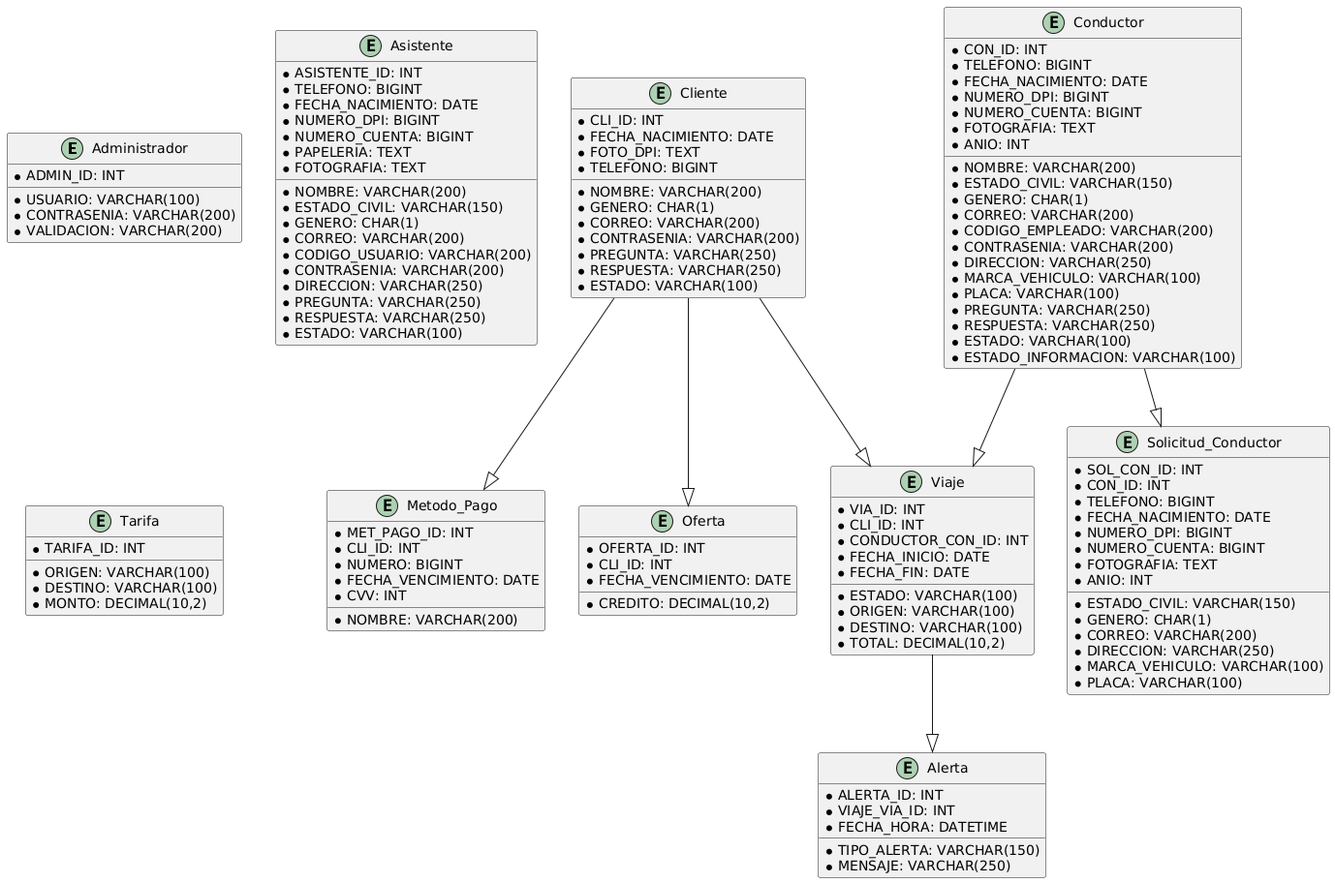
Before: documentacion/diagramas/base_de_datos/modelo_conceptual.png, a diagram exported from PlantUML (2730538920101/AYD2_PROYECTO_G2).
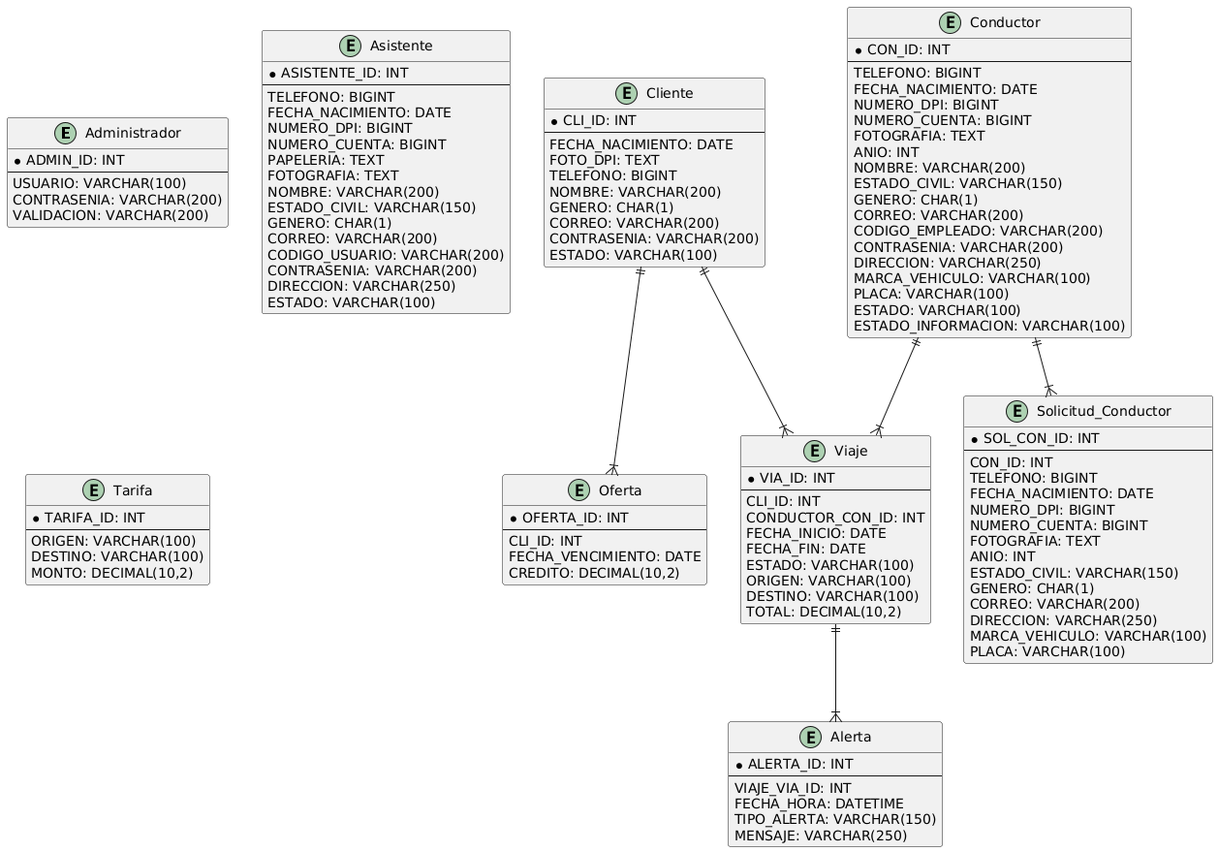
After the commit.

Diff of the diagram source:
```diff
@@ -1,132 +1,125 @@
 @startuml
-entity "Administrador" as Administrador {
+entity Administrador {
   * ADMIN_ID: INT
-  * USUARIO: VARCHAR(100)
-  * CONTRASENIA: VARCHAR(200)
-  * VALIDACION: VARCHAR(200)
+  --
+  USUARIO: VARCHAR(100)
+  CONTRASENIA: VARCHAR(200)
+  VALIDACION: VARCHAR(200)
 }
 
-entity "Asistente" as Asistente {
+entity Asistente {
   * ASISTENTE_ID: INT
-  * NOMBRE: VARCHAR(200)
-  * TELEFONO: BIGINT
-  * ESTADO_CIVIL: VARCHAR(150)
-  * GENERO: CHAR(1)
-  * CORREO: VARCHAR(200)
-  * CODIGO_USUARIO: VARCHAR(200)
-  * CONTRASENIA: VARCHAR(200)
-  * FECHA_NACIMIENTO: DATE
-  * DIRECCION: VARCHAR(250)
-  * NUMERO_DPI: BIGINT
-  * NUMERO_CUENTA: BIGINT
-  * PAPELERIA: TEXT
-  * FOTOGRAFIA: TEXT
-  * PREGUNTA: VARCHAR(250)
-  * RESPUESTA: VARCHAR(250)
-  * ESTADO: VARCHAR(100)
+  --
+  TELEFONO: BIGINT
+  FECHA_NACIMIENTO: DATE
+  NUMERO_DPI: BIGINT
+  NUMERO_CUENTA: BIGINT
+  PAPELERIA: TEXT
+  FOTOGRAFIA: TEXT
+  NOMBRE: VARCHAR(200)
+  ESTADO_CIVIL: VARCHAR(150)
+  GENERO: CHAR(1)
+  CORREO: VARCHAR(200)
+  CODIGO_USUARIO: VARCHAR(200)
+  CONTRASENIA: VARCHAR(200)
+  DIRECCION: VARCHAR(250)
+  ESTADO: VARCHAR(100)
 }
 
-entity "Cliente" as Cliente {
+entity Cliente {
   * CLI_ID: INT
-  * NOMBRE: VARCHAR(200)
-  * FECHA_NACIMIENTO: DATE
-  * GENERO: CHAR(1)
-  * CORREO: VARCHAR(200)
-  * FOTO_DPI: TEXT
-  * TELEFONO: BIGINT
-  * CONTRASENIA: VARCHAR(200)
-  * PREGUNTA: VARCHAR(250)
-  * RESPUESTA: VARCHAR(250)
-  * ESTADO: VARCHAR(100)
+  --
+  FECHA_NACIMIENTO: DATE
+  FOTO_DPI: TEXT
+  TELEFONO: BIGINT
+  NOMBRE: VARCHAR(200)
+  GENERO: CHAR(1)
+  CORREO: VARCHAR(200)
+  CONTRASENIA: VARCHAR(200)
+  ESTADO: VARCHAR(100)
 }
 
-entity "Metodo_Pago" as Metodo_Pago {
-  * MET_PAGO_ID: INT
-  * CLI_ID: INT
-  * NOMBRE: VARCHAR(200)
-  * NUMERO: BIGINT
-  * FECHA_VENCIMIENTO: DATE
-  * CVV: INT
+entity Conductor {
+  * CON_ID: INT
+  --
+  TELEFONO: BIGINT
+  FECHA_NACIMIENTO: DATE
+  NUMERO_DPI: BIGINT
+  NUMERO_CUENTA: BIGINT
+  FOTOGRAFIA: TEXT
+  ANIO: INT
+  NOMBRE: VARCHAR(200)
+  ESTADO_CIVIL: VARCHAR(150)
+  GENERO: CHAR(1)
+  CORREO: VARCHAR(200)
+  CODIGO_EMPLEADO: VARCHAR(200)
+  CONTRASENIA: VARCHAR(200)
+  DIRECCION: VARCHAR(250)
+  MARCA_VEHICULO: VARCHAR(100)
+  PLACA: VARCHAR(100)
+  ESTADO: VARCHAR(100)
+  ESTADO_INFORMACION: VARCHAR(100)
 }
 
-entity "Oferta" as Oferta {
+entity Oferta {
   * OFERTA_ID: INT
-  * CLI_ID: INT
-  * FECHA_VENCIMIENTO: DATE
-  * CREDITO: DECIMAL(10,2)
+  --
+  CLI_ID: INT
+  FECHA_VENCIMIENTO: DATE
+  CREDITO: DECIMAL(10,2)
 }
 
-entity "Conductor" as Conductor {
-  * CON_ID: INT
-  * NOMBRE: VARCHAR(200)
-  * TELEFONO: BIGINT
-  * ESTADO_CIVIL: VARCHAR(150)
-  * GENERO: CHAR(1)
-  * CORREO: VARCHAR(200)
-  * CODIGO_EMPLEADO: VARCHAR(200)
-  * CONTRASENIA: VARCHAR(200)
-  * FECHA_NACIMIENTO: DATE
-  * DIRECCION: VARCHAR(250)
-  * NUMERO_DPI: BIGINT
-  * NUMERO_CUENTA: BIGINT
-  * FOTOGRAFIA: TEXT
-  * MARCA_VEHICULO: VARCHAR(100)
-  * PLACA: VARCHAR(100)
-  * ANIO: INT
-  * PREGUNTA: VARCHAR(250)
-  * RESPUESTA: VARCHAR(250)
-  * ESTADO: VARCHAR(100)
-  * ESTADO_INFORMACION: VARCHAR(100)
+entity Viaje {
+  * VIA_ID: INT
+  --
+  CLI_ID: INT
+  CONDUCTOR_CON_ID: INT
+  FECHA_INICIO: DATE
+  FECHA_FIN: DATE
+  ESTADO: VARCHAR(100)
+  ORIGEN: VARCHAR(100)
+  DESTINO: VARCHAR(100)
+  TOTAL: DECIMAL(10,2)
 }
 
-entity "Solicitud_Conductor" as Solicitud_Conductor {
-  * SOL_CON_ID: INT
-  * CON_ID: INT
-  * TELEFONO: BIGINT
-  * ESTADO_CIVIL: VARCHAR(150)
-  * GENERO: CHAR(1)
-  * CORREO: VARCHAR(200)
-  * FECHA_NACIMIENTO: DATE
-  * DIRECCION: VARCHAR(250)
-  * NUMERO_DPI: BIGINT
-  * NUMERO_CUENTA: BIGINT
-  * FOTOGRAFIA: TEXT
-  * MARCA_VEHICULO: VARCHAR(100)
-  * PLACA: VARCHAR(100)
-  * ANIO: INT
+entity Tarifa {
+  * TARIFA_ID: INT
+  --
+  ORIGEN: VARCHAR(100)
+  DESTINO: VARCHAR(100)
+  MONTO: DECIMAL(10,2)
 }
 
-entity "Viaje" as Viaje {
-  * VIA_ID: INT
-  * CLI_ID: INT
-  * CONDUCTOR_CON_ID: INT
-  * ESTADO: VARCHAR(100)
-  * FECHA_INICIO: DATE
-  * FECHA_FIN: DATE
-  * ORIGEN: VARCHAR(100)
-  * DESTINO: VARCHAR(100)
-  * TOTAL: DECIMAL(10,2)
+entity Solicitud_Conductor {
+  * SOL_CON_ID: INT
+  --
+  CON_ID: INT
+  TELEFONO: BIGINT
+  FECHA_NACIMIENTO: DATE
+  NUMERO_DPI: BIGINT
+  NUMERO_CUENTA: BIGINT
+  FOTOGRAFIA: TEXT
+  ANIO: INT
+  ESTADO_CIVIL: VARCHAR(150)
+  GENERO: CHAR(1)
+  CORREO: VARCHAR(200)
+  DIRECCION: VARCHAR(250)
+  MARCA_VEHICULO: VARCHAR(100)
+  PLACA: VARCHAR(100)
 }
 
-entity "Alerta" as Alerta {
+entity Alerta {
   * ALERTA_ID: INT
-  * VIAJE_VIA_ID: INT
-  * TIPO_ALERTA: VARCHAR(150)
-  * MENSAJE: VARCHAR(250)
-  * FECHA_HORA: DATETIME
+  --
+  VIAJE_VIA_ID: INT
+  FECHA_HORA: DATETIME
+  TIPO_ALERTA: VARCHAR(150)
+  MENSAJE: VARCHAR(250)
 }
 
-entity "Tarifa" as Tarifa {
-  * TARIFA_ID: INT
-  * ORIGEN: VARCHAR(100)
-  * DESTINO: VARCHAR(100)
-  * MONTO: DECIMAL(10,2)
-}
-
-Cliente --|> Metodo_Pago
-Cliente --|> Oferta
-Cliente --|> Viaje
-Conductor --|> Viaje
-Viaje --|> Alerta
-Conductor --|> Solicitud_Conductor
+Cliente ||--|{ Oferta
+Cliente ||--|{ Viaje
+Conductor ||--|{ Viaje
+Conductor ||--|{ Solicitud_Conductor
+Viaje ||--|{ Alerta
 @enduml
```
